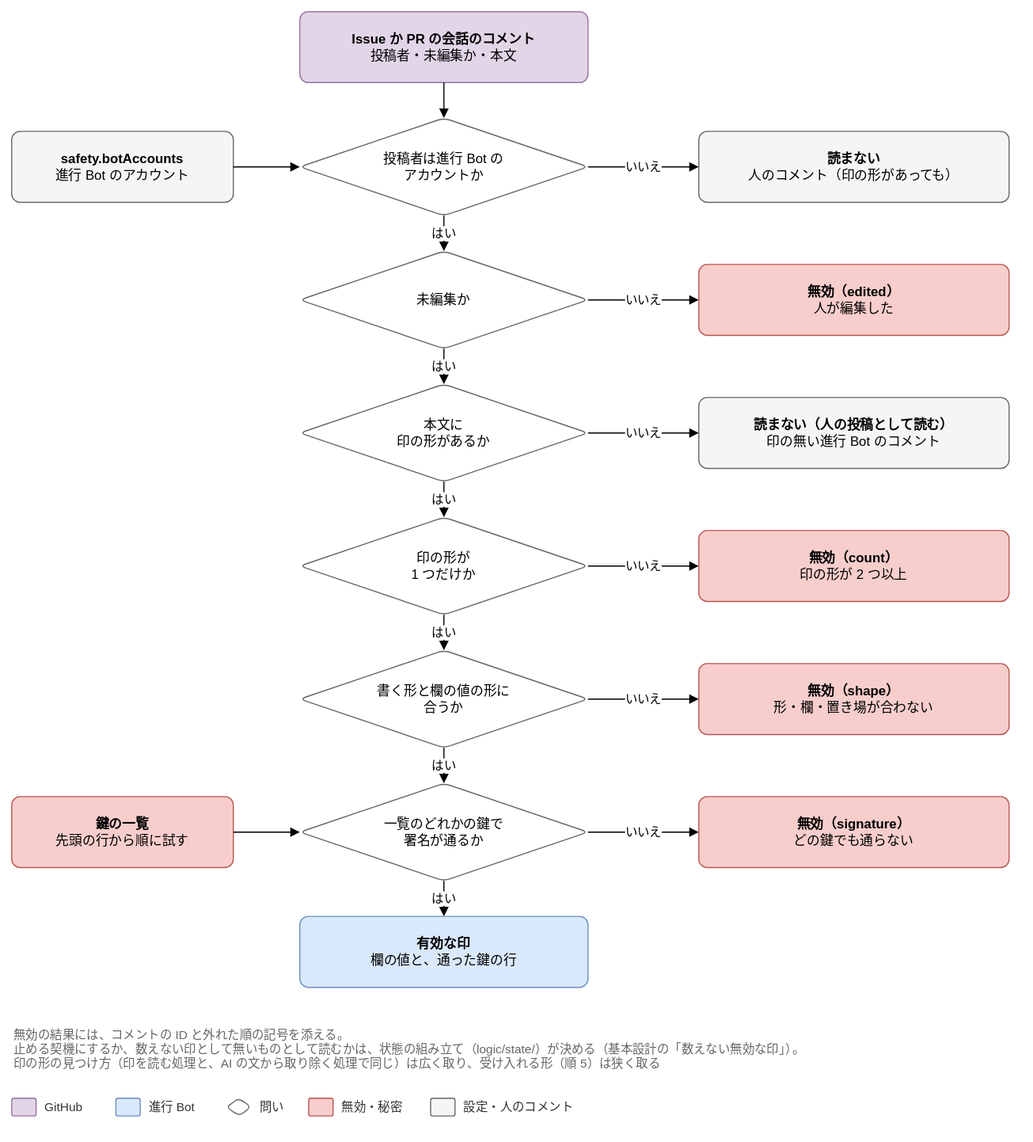
Above: docs/design/detailed/diagrams/03-read.drawio.svg in Joymerrevent/dev-autopilot (draw.io), before the change. Source tidied: cells renumbered, new cells last; positions are measured from the earlier drawing's top-left corner, leaving out a move shared by most shapes.
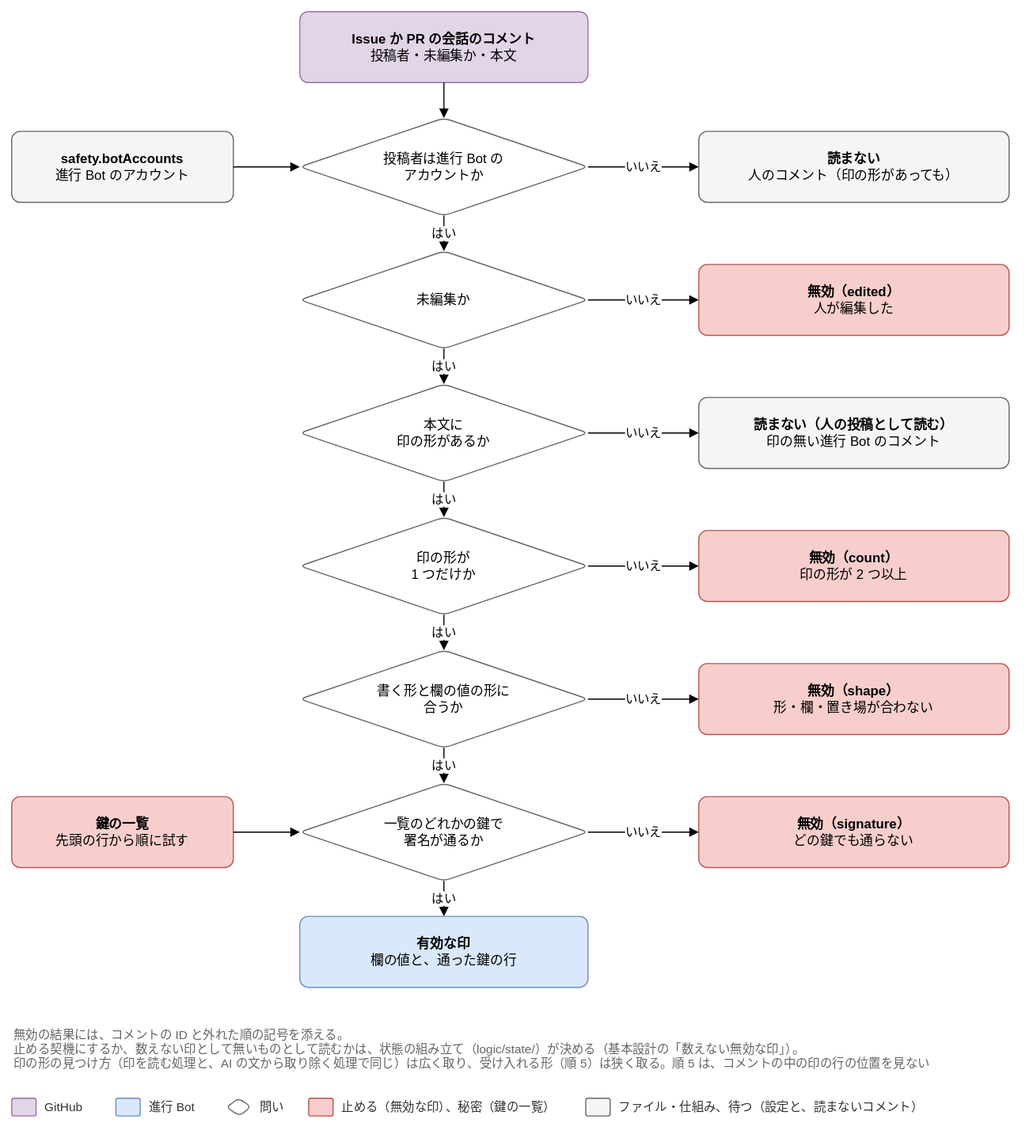
Above is the later version.

What changed in the source:
```diff
@@ -95,7 +95,7 @@
     <mxCell id="32" style="edgeStyle=orthogonalEdgeStyle;rounded=1;html=1;endArrow=block;endFill=1;fontSize=11;labelBackgroundColor=#ffffff;exitX=1;exitY=0.5;exitDx=0;exitDy=0;entryX=0;entryY=0.5;entryDx=0;entryDy=0;" parent="1" edge="1" source="31" target="23">
       <mxGeometry relative="1" as="geometry" />
     </mxCell>
-    <mxCell id="33" value="無効の結果には、コメントの ID と外れた順の記号を添える。&lt;br&gt;止める契機にするか、数えない印として無いものとして読むかは、状態の組み立て（logic/state/）が決める（基本設計の「数えない無効な印」）。&lt;br&gt;印の形の見つけ方（印を読む処理と、AI の文から取り除く処理で同じ）は広く取り、受け入れる形（順 5）は狭く取る" style="text;html=1;whiteSpace=wrap;align=left;verticalAlign=top;fontSize=11;fontColor=#666666;" parent="1" vertex="1">
+    <mxCell id="33" value="無効の結果には、コメントの ID と外れた順の記号を添える。&lt;br&gt;止める契機にするか、数えない印として無いものとして読むかは、状態の組み立て（logic/state/）が決める（基本設計の「数えない無効な印」）。&lt;br&gt;印の形の見つけ方（印を読む処理と、AI の文から取り除く処理で同じ）は広く取り、受け入れる形（順 5）は狭く取る。順 5 は、コメントの中の印の行の位置を見ない" style="text;html=1;whiteSpace=wrap;align=left;verticalAlign=top;fontSize=11;fontColor=#666666;" parent="1" vertex="1">
       <mxGeometry y="910" width="900" height="52" as="geometry" />
     </mxCell>
     <mxCell id="34" style="rounded=1;whiteSpace=wrap;html=1;fontSize=12;arcSize=12;spacing=12;fillColor=#e1d5e7;strokeColor=#9673a6;" parent="1" vertex="1">
@@ -119,14 +119,14 @@
     <mxCell id="40" style="rounded=1;whiteSpace=wrap;html=1;fontSize=12;arcSize=12;spacing=12;fillColor=#f8cecc;strokeColor=#b85450;" parent="1" vertex="1">
       <mxGeometry x="268" y="980" width="22" height="16" as="geometry" />
     </mxCell>
-    <mxCell id="41" value="無効・秘密" style="text;html=1;align=left;verticalAlign=middle;fontSize=11;fontColor=#333333;" parent="1" vertex="1">
-      <mxGeometry x="296" y="978" width="66" height="20" as="geometry" />
+    <mxCell id="41" value="止める（無効な印）、秘密（鍵の一覧）" style="text;html=1;align=left;verticalAlign=middle;fontSize=11;fontColor=#333333;" parent="1" vertex="1">
+      <mxGeometry x="296" y="978" width="206" height="20" as="geometry" />
     </mxCell>
     <mxCell id="42" style="rounded=1;whiteSpace=wrap;html=1;fontSize=12;arcSize=12;spacing=12;fillColor=#f5f5f5;strokeColor=#666666;" parent="1" vertex="1">
-      <mxGeometry x="378" y="980" width="22" height="16" as="geometry" />
+      <mxGeometry x="518" y="980" width="22" height="16" as="geometry" />
     </mxCell>
-    <mxCell id="43" value="設定・人のコメント" style="text;html=1;align=left;verticalAlign=middle;fontSize=11;fontColor=#333333;" parent="1" vertex="1">
-      <mxGeometry x="406" y="978" width="118" height="20" as="geometry" />
+    <mxCell id="43" value="ファイル・仕組み、待つ（設定と、読まないコメント）" style="text;html=1;align=left;verticalAlign=middle;fontSize=11;fontColor=#333333;" parent="1" vertex="1">
+      <mxGeometry x="546" y="978" width="290" height="20" as="geometry" />
     </mxCell>
   </root>
 </mxGraphModel>
```
